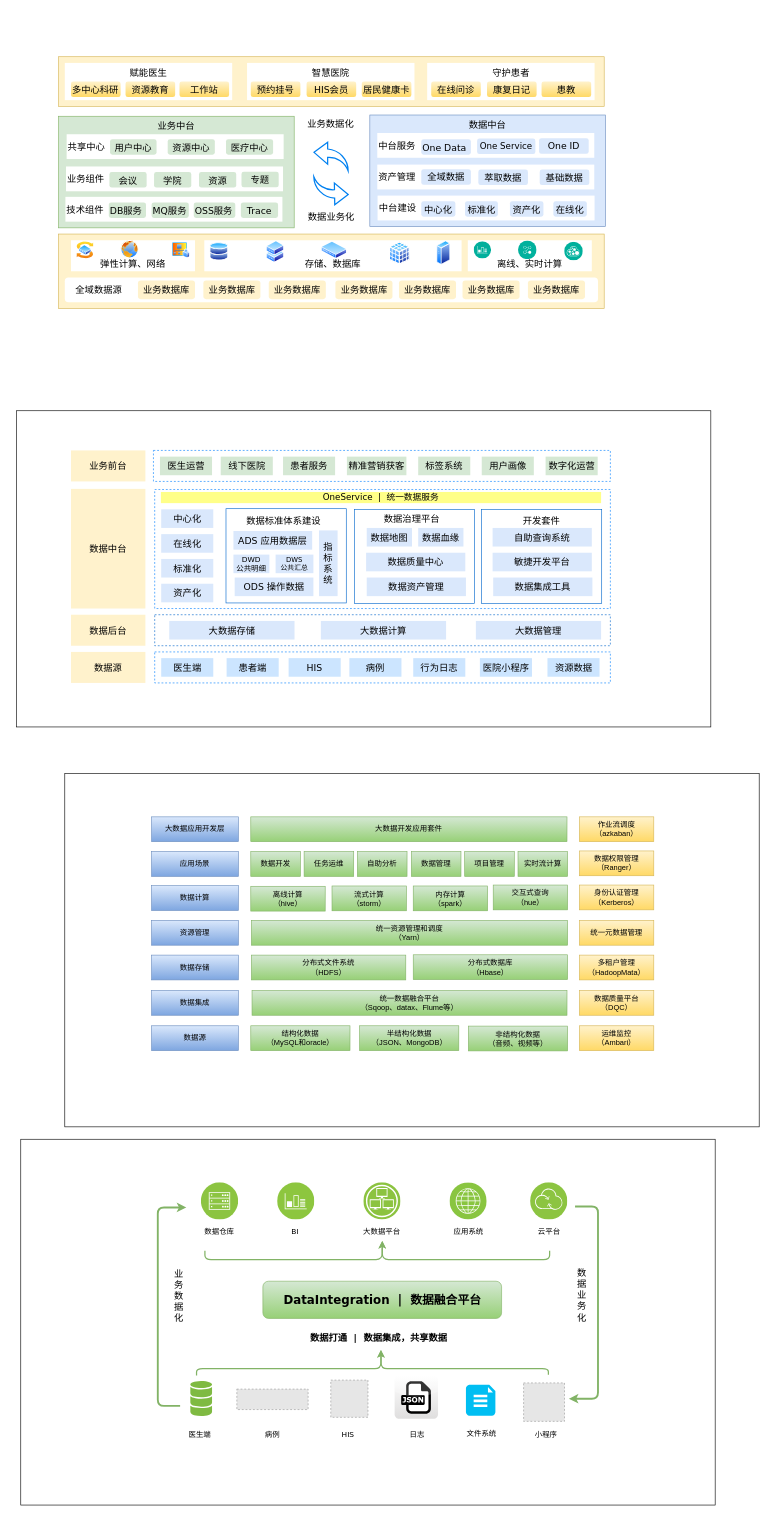
vectorxu/draw.io keeps this draw.io diagram as allinmd_data.drawio. Above is the earlier version. Source tidied: cells renumbered, new cells numbered last; positions are measured from the earlier drawing's top-left corner, leaving out a move shared by most shapes. Both pictures are drawn from the tidied source at 62%, with x=0, y=0 at pixel (16, 56). Pictures stored in the file or linked from it are replaced by grey dashed boxes.
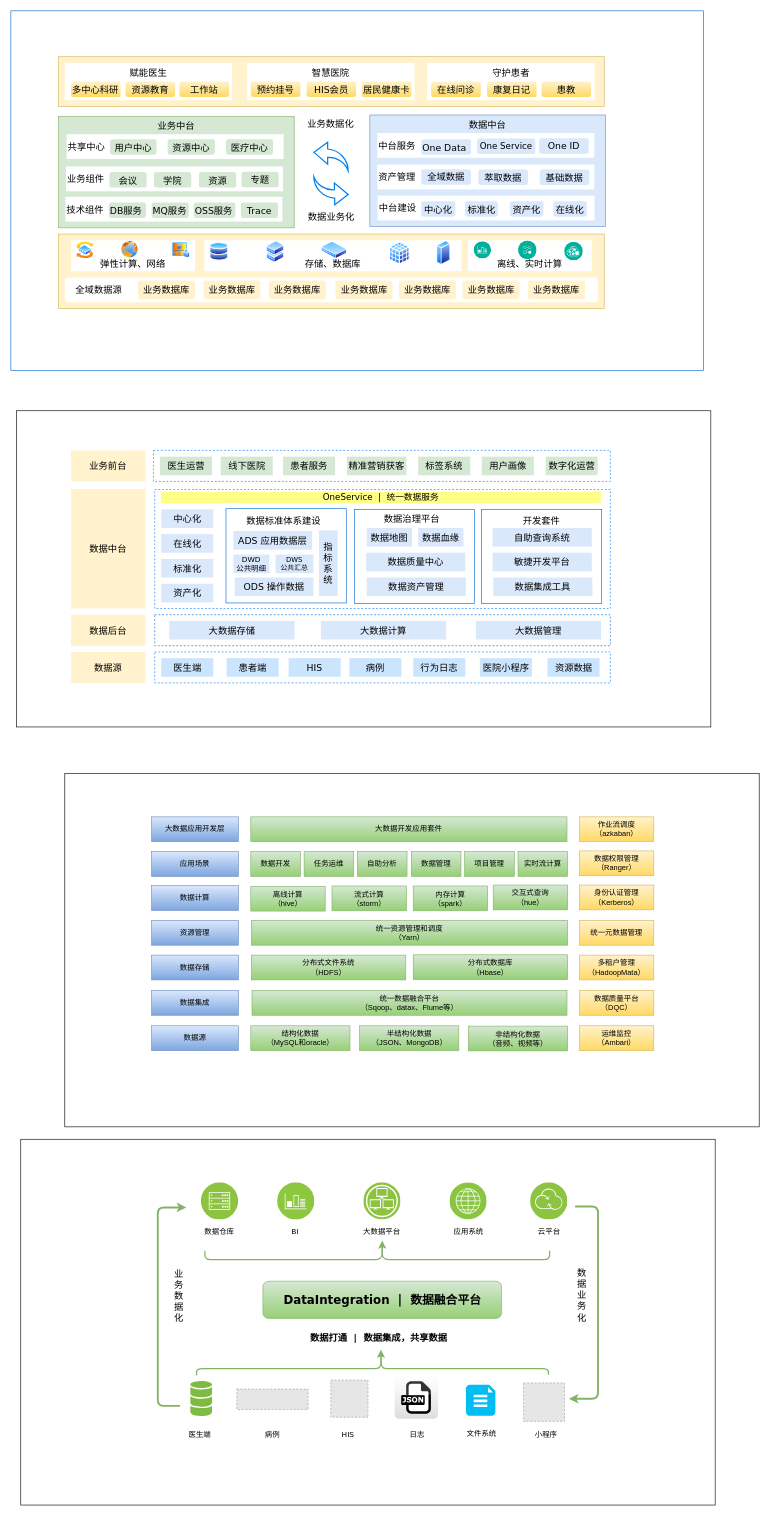
After the change.

The edit, as a diff of the source:
```diff
@@
+    <mxCell id="187" style="rounded=0;whiteSpace=wrap;html=1;labelBackgroundColor=none;strokeColor=#0066CC;strokeWidth=1;fillColor=#FFFFFF;gradientColor=none;fontFamily=Verdana;fontSize=14;fontColor=#000000;align=center;" parent="1" vertex="1">
+      <mxGeometry x="-9" y="-74" width="1117" height="580" as="geometry" />
+    </mxCell>
```
